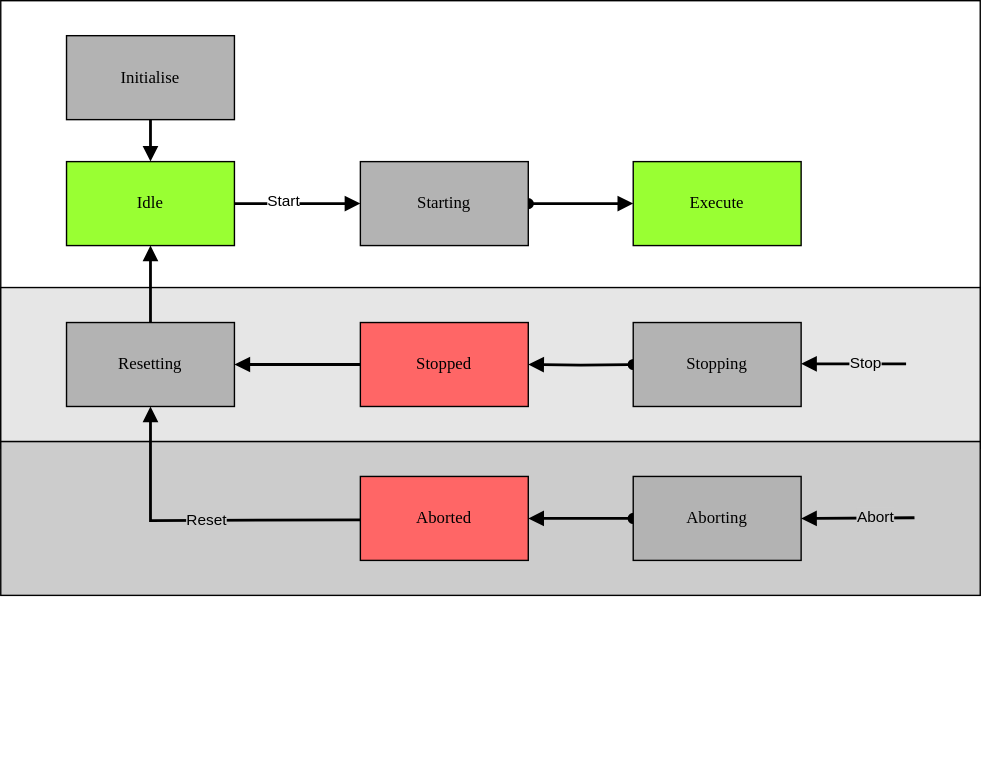
Above: docs/StateMachine.drawio.svg in PeterZerlauth/Tc3_Component (draw.io), before the change. Source tidied: cells renumbered, new cells last; positions are measured from the earlier drawing's top-left corner, leaving out a move shared by most shapes.
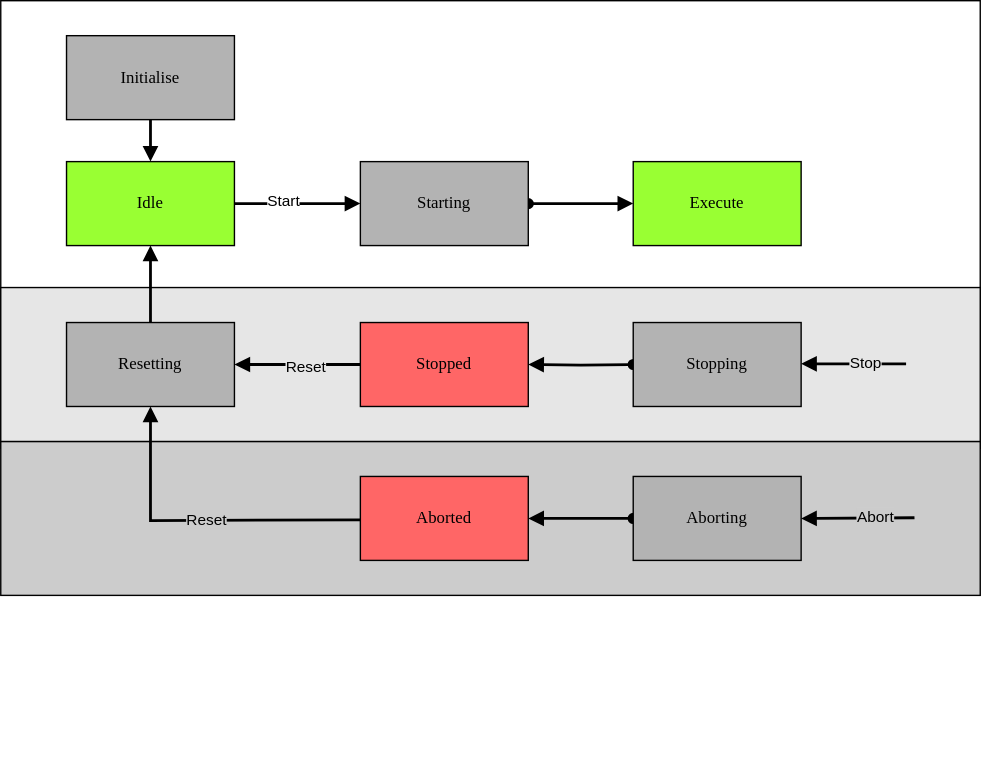
The same file after the commit.

Diff of the diagram source:
```diff
@@ -105,6 +105,9 @@
         <mxPoint x="-101" y="3" as="offset" />
       </mxGeometry>
     </mxCell>
+    <mxCell id="31" value="Reset" style="edgeLabel;html=1;align=center;verticalAlign=middle;labelBackgroundColor=#E6E6E6;" parent="27" vertex="1">
+      <mxGeometry x="-0.11" y="1" relative="1" as="geometry" />
+    </mxCell>
     <mxCell id="29" value="Resetting" style="rounded=0;whiteSpace=wrap;html=1;arcSize=24;fillColor=#B3B3B3;strokeColor=#000000;shadow=0;comic=0;labelBackgroundColor=none;fontFamily=Verdana;fontSize=12;fontColor=#000000;align=center;" parent="4" vertex="1">
       <mxGeometry y="205" width="120" height="60" as="geometry" />
     </mxCell>
```
